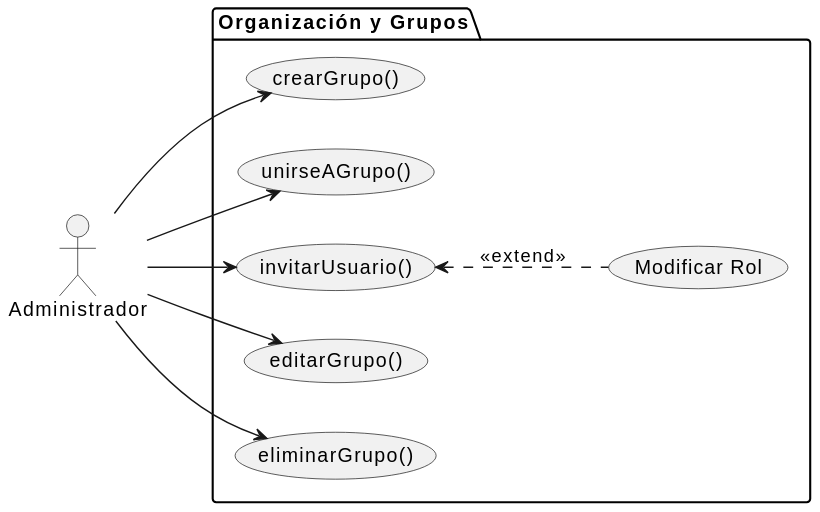
This is documents/actoresYCasosDeUso/diagramas/diagramaOrganizaciónYGrupos/diagramaOrganizacionYGrupos.svg from inigovaqueroo04/25-26-IdSw1-SdR, a PlantUML export, as it was before one commit.
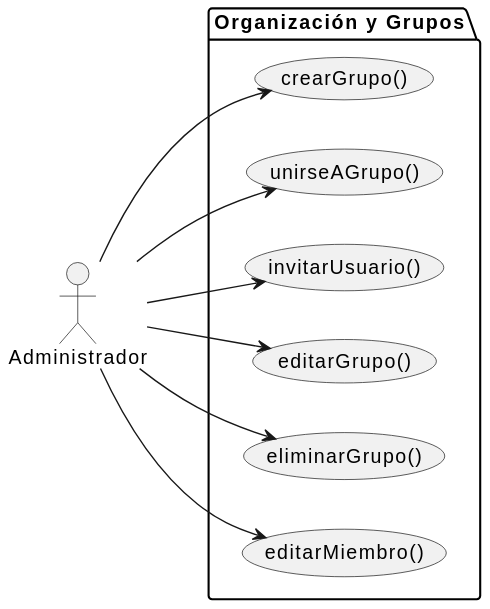
The same file after the commit.

Commit message:
editarMiembro() añadido, sustituido por modificar rol extend. #32

The edit, as a diff of the source:
```diff
@@ -8,8 +8,7 @@
     usecase "invitarUsuario()" as UC_G3
     usecase "editarGrupo()" as UC_G4
     usecase "eliminarGrupo()" as UC_G5
-
-    usecase "Modificar Rol" as UC_G6
+    usecase "editarMiembro()" as UC_G6
 }
 
 Admin --> UC_G1
@@ -17,5 +16,5 @@
 Admin --> UC_G3
 Admin --> UC_G4
 Admin --> UC_G5
-UC_G3 <.. UC_G6 : <<extend>>
+Admin --> UC_G6
 @enduml
```
